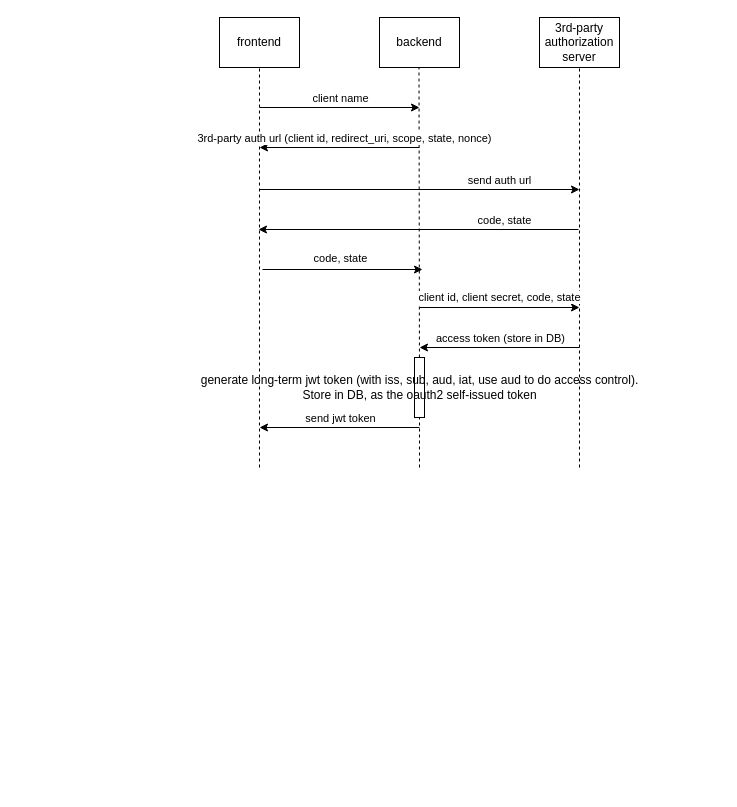
This is auth_flow.drawio from hfudev/draw-io-graph, a draw.io file, before an edit. Source tidied: cells renumbered, new cells numbered last; positions are measured from the earlier drawing's top-left corner, leaving out a move shared by most shapes. Both pictures are drawn from the tidied source at 100%, with x=0, y=0 at pixel (194, 17).
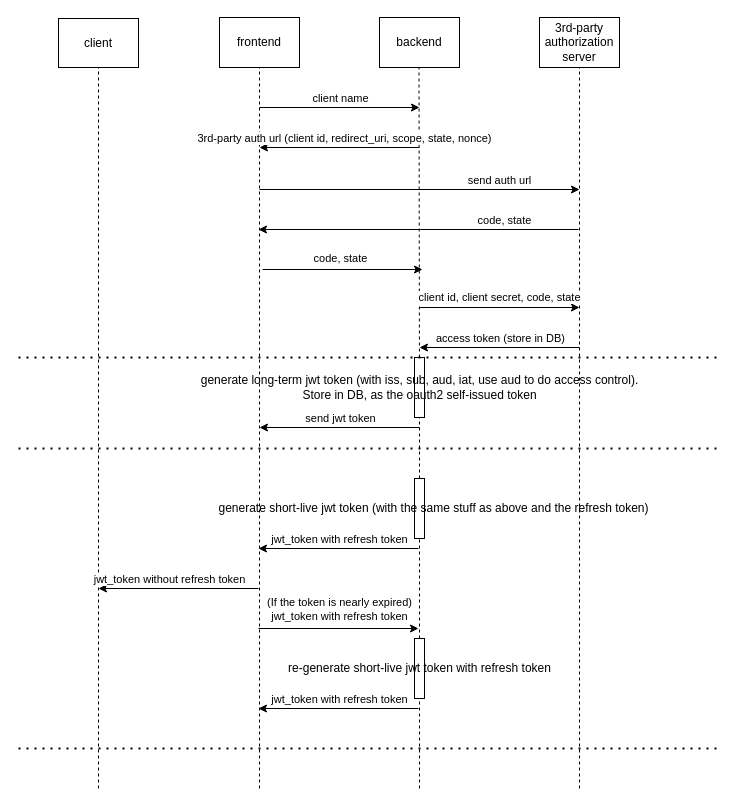
The same diagram, later.

The change refers to these unchanged cells:
```xml
<mxCell id="2" value="frontend" style="rounded=0;whiteSpace=wrap;html=1;verticalAlign=middle;" parent="1" vertex="1">
  <mxGeometry x="25" width="80" height="50" as="geometry" />
</mxCell>
<mxCell id="4" value="3rd-party authorization server" style="rounded=0;whiteSpace=wrap;html=1;verticalAlign=middle;" parent="1" vertex="1">
  <mxGeometry x="345" width="80" height="50" as="geometry" />
</mxCell>
<mxCell id="19" style="rounded=0;whiteSpace=wrap;html=1;verticalAlign=middle;" parent="1" vertex="1">
  <mxGeometry x="220" y="340" width="10" height="60" as="geometry" />
</mxCell>
```

Change to the diagram source:
```diff
@@
     <mxCell id="5" style="endArrow=none;dashed=1;html=1;entryX=0.5;entryY=1;entryDx=0;entryDy=0;verticalAlign=middle;" parent="1" edge="1" target="2">
       <mxGeometry relative="1" as="geometry">
-        <mxPoint x="65" y="450" as="sourcePoint" />
+        <mxPoint x="65" y="771" as="sourcePoint" />
         <Array as="points">
           <mxPoint x="65" y="181" />
         </Array>
       </mxGeometry>
     </mxCell>
@@
     <mxCell id="7" style="endArrow=none;dashed=1;html=1;entryX=0.5;entryY=1;entryDx=0;entryDy=0;verticalAlign=middle;" parent="1" edge="1" target="4">
       <mxGeometry relative="1" as="geometry">
-        <mxPoint x="385" y="450" as="sourcePoint" />
+        <mxPoint x="385" y="771" as="sourcePoint" />
       </mxGeometry>
     </mxCell>
@@
-    <mxCell id="20" style="endArrow=none;dashed=1;html=1;entryX=0.5;entryY=1;entryDx=0;entryDy=0;verticalAlign=middle;" parent="1" edge="1" target="19">
-      <mxGeometry relative="1" as="geometry">
-        <mxPoint x="225" y="450" as="sourcePoint" />
-      </mxGeometry>
+    <mxCell id="20" style="endArrow=none;dashed=1;html=1;entryX=0.5;entryY=1;entryDx=0;entryDy=0;verticalAlign=middle;" parent="1" edge="1" source="28" target="19">
+      <mxGeometry relative="1" as="geometry" />
     </mxCell>
@@
+    <mxCell id="26" value="client" style="rounded=0;whiteSpace=wrap;html=1;" parent="1" vertex="1">
+      <mxGeometry x="-136" y="1" width="80" height="49" as="geometry" />
+    </mxCell>
+    <mxCell id="27" style="endArrow=none;dashed=1;html=1;entryX=0.5;entryY=1;entryDx=0;entryDy=0;" parent="1" edge="1" target="26">
+      <mxGeometry relative="1" as="geometry">
+        <mxPoint x="-96" y="771" as="sourcePoint" />
+      </mxGeometry>
+    </mxCell>
+    <mxCell id="28" style="rounded=0;whiteSpace=wrap;html=1;" parent="1" vertex="1">
+      <mxGeometry x="220" y="461" width="10" height="60" as="geometry" />
+    </mxCell>
+    <mxCell id="29" style="endArrow=none;dashed=1;html=1;entryX=0.5;entryY=1;entryDx=0;entryDy=0;verticalAlign=middle;" parent="1" edge="1" source="41" target="28">
+      <mxGeometry relative="1" as="geometry" />
+    </mxCell>
+    <mxCell id="30" value="generate short-live jwt token (with the same stuff as above and the refresh token)" style="text;html=1;align=center;verticalAlign=middle;" parent="1" vertex="1">
+      <mxGeometry x="19" y="481" width="440" height="20" as="geometry" />
+    </mxCell>
+    <mxCell id="31" style="endArrow=none;dashed=1;html=1;dashPattern=1 3;strokeWidth=2;" parent="1" edge="1">
+      <mxGeometry relative="1" as="geometry">
+        <mxPoint x="-176" y="431" as="sourcePoint" />
+        <mxPoint x="524" y="431" as="targetPoint" />
+      </mxGeometry>
+    </mxCell>
+    <mxCell id="32" style="endArrow=none;dashed=1;html=1;dashPattern=1 3;strokeWidth=2;" parent="1" edge="1">
+      <mxGeometry relative="1" as="geometry">
+        <mxPoint x="-176" y="340" as="sourcePoint" />
+        <mxPoint x="524" y="340" as="targetPoint" />
+      </mxGeometry>
+    </mxCell>
+    <mxCell id="33" style="endArrow=classic;html=1;" parent="1" edge="1">
+      <mxGeometry relative="1" as="geometry">
+        <mxPoint x="64" y="611" as="sourcePoint" />
+        <mxPoint x="224" y="611" as="targetPoint" />
+      </mxGeometry>
+    </mxCell>
+    <mxCell id="34" value="(If the token is nearly expired)&lt;br&gt;jwt_token with refresh token" style="edgeLabel;html=1;align=center;verticalAlign=middle;" parent="33" vertex="1">
+      <mxGeometry x="0.19" y="-1" relative="1" as="geometry">
+        <mxPoint x="-15" y="-21" as="offset" />
+      </mxGeometry>
+    </mxCell>
+    <mxCell id="35" style="endArrow=classic;html=1;" parent="1" edge="1">
+      <mxGeometry relative="1" as="geometry">
+        <mxPoint x="224" y="691" as="sourcePoint" />
+        <mxPoint x="64" y="691" as="targetPoint" />
+      </mxGeometry>
+    </mxCell>
+    <mxCell id="36" value="jwt_token with refresh token" style="edgeLabel;html=1;align=center;verticalAlign=middle;" parent="35" vertex="1">
+      <mxGeometry x="0.15" y="-3" relative="1" as="geometry">
+        <mxPoint x="12" y="-7" as="offset" />
+      </mxGeometry>
+    </mxCell>
+    <mxCell id="37" style="endArrow=classic;html=1;" parent="1" edge="1">
+      <mxGeometry relative="1" as="geometry">
+        <mxPoint x="224" y="531" as="sourcePoint" />
+        <mxPoint x="64" y="531" as="targetPoint" />
+      </mxGeometry>
+    </mxCell>
+    <mxCell id="38" value="jwt_token with refresh token" style="edgeLabel;html=1;align=center;verticalAlign=middle;" parent="37" vertex="1">
+      <mxGeometry x="0.15" y="-3" relative="1" as="geometry">
+        <mxPoint x="12" y="-7" as="offset" />
+      </mxGeometry>
+    </mxCell>
+    <mxCell id="39" style="endArrow=classic;html=1;" parent="1" edge="1">
+      <mxGeometry relative="1" as="geometry">
+        <mxPoint x="64" y="571" as="sourcePoint" />
+        <mxPoint x="-96" y="571" as="targetPoint" />
+      </mxGeometry>
+    </mxCell>
+    <mxCell id="40" value="jwt_token without refresh token" style="edgeLabel;html=1;align=center;verticalAlign=middle;" parent="39" vertex="1">
+      <mxGeometry x="0.34" relative="1" as="geometry">
+        <mxPoint x="17" y="-10" as="offset" />
+      </mxGeometry>
+    </mxCell>
+    <mxCell id="41" style="rounded=0;whiteSpace=wrap;html=1;" parent="1" vertex="1">
+      <mxGeometry x="220" y="621" width="10" height="60" as="geometry" />
+    </mxCell>
+    <mxCell id="42" style="endArrow=none;dashed=1;html=1;entryX=0.5;entryY=1;entryDx=0;entryDy=0;verticalAlign=middle;" parent="1" edge="1" target="41">
+      <mxGeometry relative="1" as="geometry">
+        <mxPoint x="225" y="771" as="sourcePoint" />
+      </mxGeometry>
+    </mxCell>
+    <mxCell id="43" value="re-generate short-live jwt token with refresh token" style="text;html=1;align=center;verticalAlign=middle;" parent="1" vertex="1">
+      <mxGeometry x="85" y="641" width="280" height="20" as="geometry" />
+    </mxCell>
+    <mxCell id="44" style="endArrow=none;dashed=1;html=1;dashPattern=1 3;strokeWidth=2;" parent="1" edge="1">
+      <mxGeometry relative="1" as="geometry">
+        <mxPoint x="-176" y="731" as="sourcePoint" />
+        <mxPoint x="524" y="731" as="targetPoint" />
+      </mxGeometry>
+    </mxCell>
```
